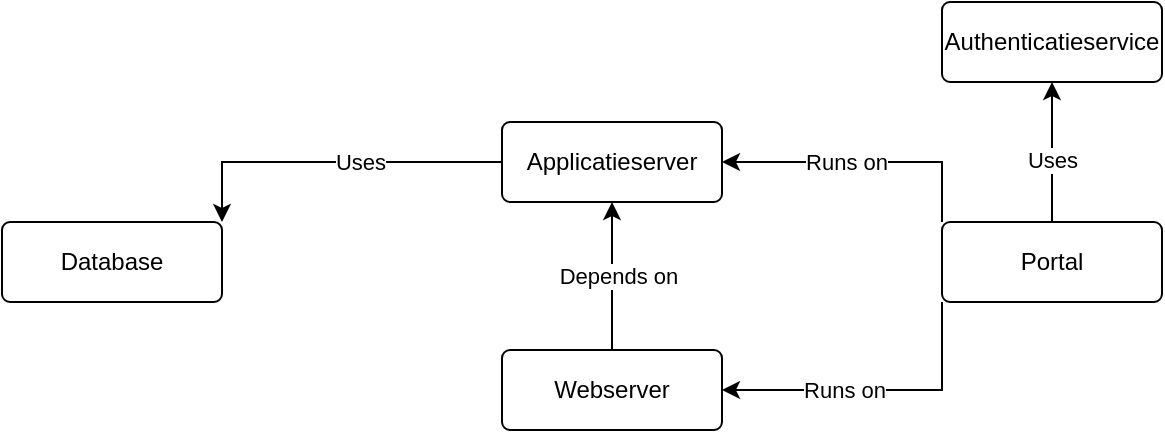
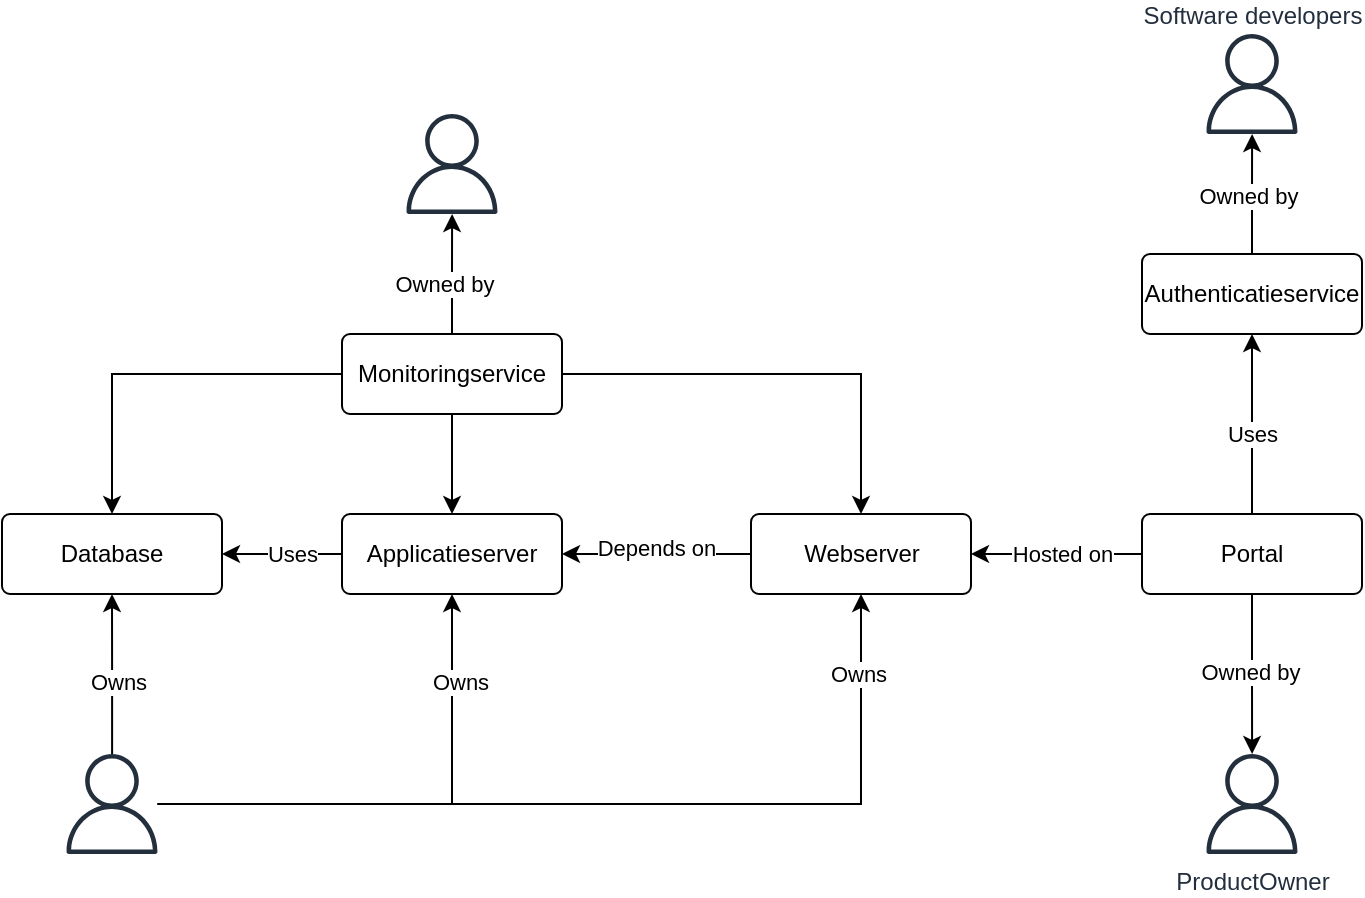
<mxfile host="app.diagrams.net">
  <diagram name="Pagina-1" id="yVWid4ZW9Mo8Y9H_L4QO">
    <mxGraphModel dx="1414" dy="813" grid="1" gridSize="10" guides="1" tooltips="1" connect="1" arrows="1" fold="1" page="1" pageScale="1" pageWidth="1169" pageHeight="827" math="0" shadow="0">
      <root>
        <mxCell id="0" />
        <mxCell id="1" parent="0" />
-         <mxCell id="CXejNOelu1BGChYvx4y1-4" edge="1" parent="1" source="90CfwfbygHwsZxjF5D7Q-1" style="edgeStyle=orthogonalEdgeStyle;rounded=0;orthogonalLoop=1;jettySize=auto;html=1;entryX=0.5;entryY=1;entryDx=0;entryDy=0;startArrow=none;startFill=0;" target="90CfwfbygHwsZxjF5D7Q-4">
+         <mxCell id="CXejNOelu1BGChYvx4y1-4" edge="1" parent="1" source="90CfwfbygHwsZxjF5D7Q-1" style="edgeStyle=orthogonalEdgeStyle;rounded=0;orthogonalLoop=1;jettySize=auto;html=1;entryX=1;entryY=0.5;entryDx=0;entryDy=0;startArrow=none;startFill=0;" target="90CfwfbygHwsZxjF5D7Q-4">
          <mxGeometry relative="1" as="geometry" />
        </mxCell>
        <mxCell id="CXejNOelu1BGChYvx4y1-5" connectable="0" parent="CXejNOelu1BGChYvx4y1-4" style="edgeLabel;html=1;align=center;verticalAlign=middle;resizable=0;points=[];" value="Depends on" vertex="1">
          <mxGeometry relative="1" y="-3" as="geometry">
            <mxPoint as="offset" />
          </mxGeometry>
        </mxCell>
        <mxCell id="90CfwfbygHwsZxjF5D7Q-1" parent="1" style="rounded=1;arcSize=10;whiteSpace=wrap;html=1;align=center;" value="Webserver" vertex="1">
-           <mxGeometry height="40" width="110" x="370" y="394" as="geometry" />
+           <mxGeometry height="40" width="110" x="474.5" y="260" as="geometry" />
        </mxCell>
-         <mxCell id="90CfwfbygHwsZxjF5D7Q-9" edge="1" parent="1" source="90CfwfbygHwsZxjF5D7Q-2" style="edgeStyle=orthogonalEdgeStyle;rounded=0;orthogonalLoop=1;jettySize=auto;html=1;exitX=1;exitY=0;exitDx=0;exitDy=0;entryX=0;entryY=0.5;entryDx=0;entryDy=0;startArrow=classic;startFill=1;endArrow=none;endFill=0;" target="90CfwfbygHwsZxjF5D7Q-4">
+         <mxCell id="90CfwfbygHwsZxjF5D7Q-9" edge="1" parent="1" source="90CfwfbygHwsZxjF5D7Q-2" style="edgeStyle=orthogonalEdgeStyle;rounded=0;orthogonalLoop=1;jettySize=auto;html=1;exitX=1;exitY=0.5;exitDx=0;exitDy=0;entryX=0;entryY=0.5;entryDx=0;entryDy=0;startArrow=classic;startFill=1;endArrow=none;endFill=0;" target="90CfwfbygHwsZxjF5D7Q-4">
          <mxGeometry relative="1" as="geometry" />
        </mxCell>
        <mxCell id="90CfwfbygHwsZxjF5D7Q-26" connectable="0" parent="90CfwfbygHwsZxjF5D7Q-9" style="edgeLabel;html=1;align=center;verticalAlign=middle;resizable=0;points=[];" value="Uses" vertex="1">
          <mxGeometry relative="1" x="0.16" y="-2" as="geometry">
            <mxPoint y="-2" as="offset" />
          </mxGeometry>
        </mxCell>
        <mxCell id="90CfwfbygHwsZxjF5D7Q-2" parent="1" style="rounded=1;arcSize=10;whiteSpace=wrap;html=1;align=center;" value="Database" vertex="1">
-           <mxGeometry height="40" width="110" x="120" y="330" as="geometry" />
+           <mxGeometry height="40" width="110" x="100" y="260" as="geometry" />
        </mxCell>
        <mxCell id="90CfwfbygHwsZxjF5D7Q-24" edge="1" parent="1" source="90CfwfbygHwsZxjF5D7Q-3" style="edgeStyle=orthogonalEdgeStyle;rounded=0;orthogonalLoop=1;jettySize=auto;html=1;entryX=0.5;entryY=0;entryDx=0;entryDy=0;startArrow=classic;startFill=1;endArrow=none;endFill=0;" target="90CfwfbygHwsZxjF5D7Q-5">
          <mxGeometry relative="1" as="geometry" />
        </mxCell>
        <mxCell id="90CfwfbygHwsZxjF5D7Q-25" connectable="0" parent="90CfwfbygHwsZxjF5D7Q-24" style="edgeLabel;html=1;align=center;verticalAlign=middle;resizable=0;points=[];" value="&lt;div&gt;Uses&lt;/div&gt;" vertex="1">
          <mxGeometry relative="1" x="0.1143" as="geometry">
            <mxPoint as="offset" />
          </mxGeometry>
        </mxCell>
+         <mxCell id="CXejNOelu1BGChYvx4y1-26" edge="1" parent="1" source="90CfwfbygHwsZxjF5D7Q-3" style="edgeStyle=orthogonalEdgeStyle;rounded=0;orthogonalLoop=1;jettySize=auto;html=1;" target="CXejNOelu1BGChYvx4y1-25">
+           <mxGeometry relative="1" as="geometry" />
+         </mxCell>
+         <mxCell id="CXejNOelu1BGChYvx4y1-27" connectable="0" parent="CXejNOelu1BGChYvx4y1-26" style="edgeLabel;html=1;align=center;verticalAlign=middle;resizable=0;points=[];" value="Owned by" vertex="1">
+           <mxGeometry relative="1" x="-0.0349" y="2" as="geometry">
+             <mxPoint as="offset" />
+           </mxGeometry>
+         </mxCell>
        <mxCell id="90CfwfbygHwsZxjF5D7Q-3" parent="1" style="rounded=1;arcSize=10;whiteSpace=wrap;html=1;align=center;" value="Authenticatieservice" vertex="1">
-           <mxGeometry height="40" width="110" x="590" y="220" as="geometry" />
+           <mxGeometry height="40" width="110" x="670" y="130" as="geometry" />
        </mxCell>
        <mxCell id="90CfwfbygHwsZxjF5D7Q-4" parent="1" style="rounded=1;arcSize=10;whiteSpace=wrap;html=1;align=center;" value="Applicatieserver" vertex="1">
-           <mxGeometry height="40" width="110" x="370" y="280" as="geometry" />
+           <mxGeometry height="40" width="110" x="270" y="260" as="geometry" />
        </mxCell>
-         <mxCell id="90CfwfbygHwsZxjF5D7Q-7" edge="1" parent="1" source="90CfwfbygHwsZxjF5D7Q-5" style="edgeStyle=orthogonalEdgeStyle;rounded=0;orthogonalLoop=1;jettySize=auto;html=1;exitX=0;exitY=1;exitDx=0;exitDy=0;entryX=1;entryY=0.5;entryDx=0;entryDy=0;startArrow=none;startFill=0;" target="90CfwfbygHwsZxjF5D7Q-1">
+         <mxCell id="90CfwfbygHwsZxjF5D7Q-7" edge="1" parent="1" source="90CfwfbygHwsZxjF5D7Q-5" style="edgeStyle=orthogonalEdgeStyle;rounded=0;orthogonalLoop=1;jettySize=auto;html=1;exitX=0;exitY=0.5;exitDx=0;exitDy=0;entryX=1;entryY=0.5;entryDx=0;entryDy=0;startArrow=none;startFill=0;" target="90CfwfbygHwsZxjF5D7Q-1">
+           <mxGeometry relative="1" as="geometry">
+             <Array as="points" />
+           </mxGeometry>
+         </mxCell>
+         <mxCell id="90CfwfbygHwsZxjF5D7Q-20" connectable="0" parent="90CfwfbygHwsZxjF5D7Q-7" style="edgeLabel;html=1;align=center;verticalAlign=middle;resizable=0;points=[];" value="&lt;div&gt;Hosted on&lt;/div&gt;" vertex="1">
+           <mxGeometry relative="1" x="-0.2632" y="3" as="geometry">
+             <mxPoint x="-9" y="-3" as="offset" />
+           </mxGeometry>
+         </mxCell>
+         <mxCell id="CXejNOelu1BGChYvx4y1-32" edge="1" parent="1" source="90CfwfbygHwsZxjF5D7Q-5" style="edgeStyle=orthogonalEdgeStyle;rounded=0;orthogonalLoop=1;jettySize=auto;html=1;" target="CXejNOelu1BGChYvx4y1-21">
          <mxGeometry relative="1" as="geometry" />
        </mxCell>
-         <mxCell id="90CfwfbygHwsZxjF5D7Q-20" connectable="0" parent="90CfwfbygHwsZxjF5D7Q-7" style="edgeLabel;html=1;align=center;verticalAlign=middle;resizable=0;points=[];" value="&lt;div&gt;Runs on&lt;/div&gt;" vertex="1">
-           <mxGeometry relative="1" x="-0.2632" y="3" as="geometry">
-             <mxPoint x="-37" y="-3" as="offset" />
-           </mxGeometry>
-         </mxCell>
-         <mxCell id="90CfwfbygHwsZxjF5D7Q-8" edge="1" parent="1" source="90CfwfbygHwsZxjF5D7Q-5" style="edgeStyle=orthogonalEdgeStyle;rounded=0;orthogonalLoop=1;jettySize=auto;html=1;exitX=0;exitY=0;exitDx=0;exitDy=0;entryX=1;entryY=0.5;entryDx=0;entryDy=0;startArrow=none;startFill=0;endArrow=classic;endFill=1;" target="90CfwfbygHwsZxjF5D7Q-4">
-           <mxGeometry relative="1" as="geometry" />
-         </mxCell>
-         <mxCell id="90CfwfbygHwsZxjF5D7Q-21" connectable="0" parent="90CfwfbygHwsZxjF5D7Q-8" style="edgeLabel;html=1;align=center;verticalAlign=middle;resizable=0;points=[];" value="&lt;div&gt;Runs on&lt;/div&gt;" vertex="1">
-           <mxGeometry relative="1" x="0.12" as="geometry">
+         <mxCell id="CXejNOelu1BGChYvx4y1-33" connectable="0" parent="CXejNOelu1BGChYvx4y1-32" style="edgeLabel;html=1;align=center;verticalAlign=middle;resizable=0;points=[];" value="Owned by" vertex="1">
+           <mxGeometry relative="1" x="-0.0262" y="-1" as="geometry">
            <mxPoint as="offset" />
          </mxGeometry>
        </mxCell>
        <mxCell id="90CfwfbygHwsZxjF5D7Q-5" parent="1" style="rounded=1;arcSize=10;whiteSpace=wrap;html=1;align=center;" value="&lt;div&gt;Portal&lt;/div&gt;" vertex="1">
-           <mxGeometry height="40" width="110" x="590" y="330" as="geometry" />
+           <mxGeometry height="40" width="110" x="670" y="260" as="geometry" />
+         </mxCell>
+         <mxCell id="CXejNOelu1BGChYvx4y1-10" edge="1" parent="1" source="CXejNOelu1BGChYvx4y1-8" style="edgeStyle=orthogonalEdgeStyle;rounded=0;orthogonalLoop=1;jettySize=auto;html=1;entryX=0.5;entryY=0;entryDx=0;entryDy=0;" target="90CfwfbygHwsZxjF5D7Q-4">
+           <mxGeometry relative="1" as="geometry" />
+         </mxCell>
+         <mxCell id="CXejNOelu1BGChYvx4y1-11" edge="1" parent="1" source="CXejNOelu1BGChYvx4y1-8" style="edgeStyle=orthogonalEdgeStyle;rounded=0;orthogonalLoop=1;jettySize=auto;html=1;exitX=1;exitY=0.5;exitDx=0;exitDy=0;entryX=0.5;entryY=0;entryDx=0;entryDy=0;" target="90CfwfbygHwsZxjF5D7Q-1">
+           <mxGeometry relative="1" as="geometry" />
+         </mxCell>
+         <mxCell id="CXejNOelu1BGChYvx4y1-13" edge="1" parent="1" source="CXejNOelu1BGChYvx4y1-8" style="edgeStyle=orthogonalEdgeStyle;rounded=0;orthogonalLoop=1;jettySize=auto;html=1;exitX=0;exitY=0.5;exitDx=0;exitDy=0;entryX=0.5;entryY=0;entryDx=0;entryDy=0;" target="90CfwfbygHwsZxjF5D7Q-2">
+           <mxGeometry relative="1" as="geometry" />
+         </mxCell>
+         <mxCell id="CXejNOelu1BGChYvx4y1-29" edge="1" parent="1" source="CXejNOelu1BGChYvx4y1-8" style="edgeStyle=orthogonalEdgeStyle;rounded=0;orthogonalLoop=1;jettySize=auto;html=1;" target="CXejNOelu1BGChYvx4y1-28">
+           <mxGeometry relative="1" as="geometry" />
+         </mxCell>
+         <mxCell id="CXejNOelu1BGChYvx4y1-30" connectable="0" parent="CXejNOelu1BGChYvx4y1-29" style="edgeLabel;html=1;align=center;verticalAlign=middle;resizable=0;points=[];" value="Owned by" vertex="1">
+           <mxGeometry relative="1" x="-0.1681" y="4" as="geometry">
+             <mxPoint as="offset" />
+           </mxGeometry>
+         </mxCell>
+         <mxCell id="CXejNOelu1BGChYvx4y1-8" parent="1" style="rounded=1;arcSize=10;whiteSpace=wrap;html=1;align=center;" value="Monitoringservice" vertex="1">
+           <mxGeometry height="40" width="110" x="270" y="170" as="geometry" />
+         </mxCell>
+         <mxCell id="CXejNOelu1BGChYvx4y1-15" edge="1" parent="1" source="CXejNOelu1BGChYvx4y1-14" style="edgeStyle=orthogonalEdgeStyle;rounded=0;orthogonalLoop=1;jettySize=auto;html=1;entryX=0.5;entryY=1;entryDx=0;entryDy=0;" target="90CfwfbygHwsZxjF5D7Q-2">
+           <mxGeometry relative="1" as="geometry" />
+         </mxCell>
+         <mxCell id="CXejNOelu1BGChYvx4y1-18" connectable="0" parent="CXejNOelu1BGChYvx4y1-15" style="edgeLabel;html=1;align=center;verticalAlign=middle;resizable=0;points=[];" value="Owns" vertex="1">
+           <mxGeometry relative="1" x="-0.1011" y="-3" as="geometry">
+             <mxPoint as="offset" />
+           </mxGeometry>
+         </mxCell>
+         <mxCell id="CXejNOelu1BGChYvx4y1-16" edge="1" parent="1" source="CXejNOelu1BGChYvx4y1-14" style="edgeStyle=orthogonalEdgeStyle;rounded=0;orthogonalLoop=1;jettySize=auto;html=1;entryX=0.5;entryY=1;entryDx=0;entryDy=0;" target="90CfwfbygHwsZxjF5D7Q-4">
+           <mxGeometry relative="1" as="geometry" />
+         </mxCell>
+         <mxCell id="CXejNOelu1BGChYvx4y1-19" connectable="0" parent="CXejNOelu1BGChYvx4y1-16" style="edgeLabel;html=1;align=center;verticalAlign=middle;resizable=0;points=[];" value="Owns" vertex="1">
+           <mxGeometry relative="1" x="0.6512" y="-4" as="geometry">
+             <mxPoint as="offset" />
+           </mxGeometry>
+         </mxCell>
+         <mxCell id="CXejNOelu1BGChYvx4y1-17" edge="1" parent="1" source="CXejNOelu1BGChYvx4y1-14" style="edgeStyle=orthogonalEdgeStyle;rounded=0;orthogonalLoop=1;jettySize=auto;html=1;entryX=0.5;entryY=1;entryDx=0;entryDy=0;" target="90CfwfbygHwsZxjF5D7Q-1">
+           <mxGeometry relative="1" as="geometry" />
+         </mxCell>
+         <mxCell id="CXejNOelu1BGChYvx4y1-20" connectable="0" parent="CXejNOelu1BGChYvx4y1-17" style="edgeLabel;html=1;align=center;verticalAlign=middle;resizable=0;points=[];" value="Owns" vertex="1">
+           <mxGeometry relative="1" x="0.8249" y="3" as="geometry">
+             <mxPoint x="1" as="offset" />
+           </mxGeometry>
+         </mxCell>
+         <mxCell id="CXejNOelu1BGChYvx4y1-14" parent="1" style="sketch=0;outlineConnect=0;fontColor=#232F3E;gradientColor=none;fillColor=#232F3D;strokeColor=none;dashed=0;verticalLabelPosition=bottom;verticalAlign=top;align=center;html=1;fontSize=12;fontStyle=0;aspect=fixed;pointerEvents=1;shape=mxgraph.aws4.user;" value="" vertex="1">
+           <mxGeometry height="50" width="50" x="130" y="380" as="geometry" />
+         </mxCell>
+         <mxCell id="CXejNOelu1BGChYvx4y1-21" parent="1" style="sketch=0;outlineConnect=0;fontColor=#232F3E;gradientColor=none;fillColor=#232F3D;strokeColor=none;dashed=0;verticalLabelPosition=bottom;verticalAlign=top;align=center;html=1;fontSize=12;fontStyle=0;aspect=fixed;pointerEvents=1;shape=mxgraph.aws4.user;" value="ProductOwner" vertex="1">
+           <mxGeometry height="50" width="50" x="700" y="380" as="geometry" />
+         </mxCell>
+         <mxCell id="CXejNOelu1BGChYvx4y1-25" parent="1" style="sketch=0;outlineConnect=0;fontColor=#232F3E;gradientColor=none;fillColor=#232F3D;strokeColor=none;dashed=0;verticalLabelPosition=top;verticalAlign=bottom;align=center;html=1;fontSize=12;fontStyle=0;aspect=fixed;pointerEvents=1;shape=mxgraph.aws4.user;labelPosition=center;" value="Software developers" vertex="1">
+           <mxGeometry height="50" width="50" x="700" y="20" as="geometry" />
+         </mxCell>
+         <mxCell id="CXejNOelu1BGChYvx4y1-28" parent="1" style="sketch=0;outlineConnect=0;fontColor=#232F3E;gradientColor=none;fillColor=#232F3D;strokeColor=none;dashed=0;verticalLabelPosition=top;verticalAlign=bottom;align=center;html=1;fontSize=12;fontStyle=0;aspect=fixed;pointerEvents=1;shape=mxgraph.aws4.user;labelPosition=center;" value="" vertex="1">
+           <mxGeometry height="50" width="50" x="300" y="60" as="geometry" />
        </mxCell>
      </root>
    </mxGraphModel>
  </diagram>
</mxfile>
